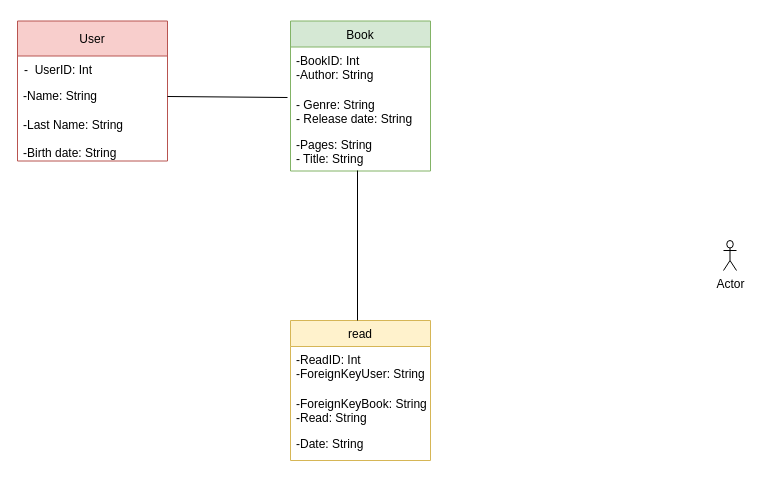
Earlier version of the draw.io diagram Basic1(1).drawio (Wima92/CF-DD-Day01-Max-Alex-Darko). Source tidied: cells renumbered, new cells numbered last; positions are measured from the earlier drawing's top-left corner, leaving out a move shared by most shapes. Both pictures are drawn from the tidied source at 100%, with x=0, y=0 at pixel (17, 20).
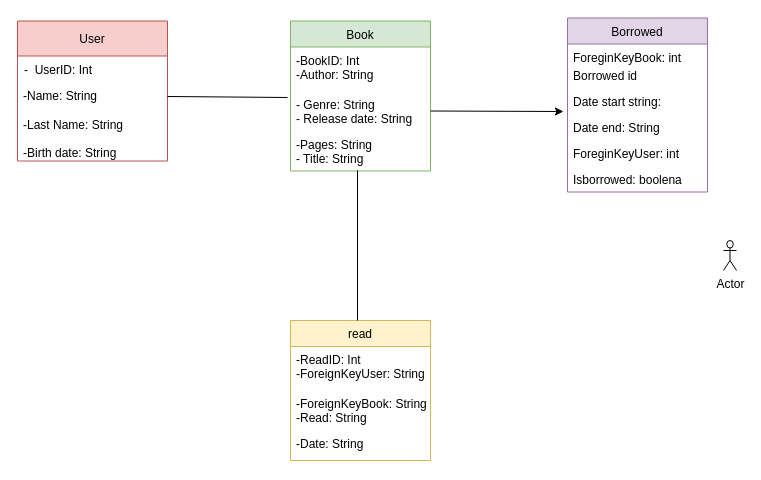
Above is the later version.

Unchanged cells that the change refers to:
```xml
<mxCell id="9" value="- Genre: String&#10;- Release date: String&#10;" style="text;strokeColor=none;fillColor=none;align=left;verticalAlign=top;spacingLeft=4;spacingRight=4;overflow=hidden;points=[[0,0.5],[1,0.5]];portConstraint=eastwest;" parent="7" vertex="1">
  <mxGeometry y="70" width="140" height="40" as="geometry" />
</mxCell>
```

The edit, as a diff of the source:
```diff
@@
+    <mxCell id="17" value="Borrowed" style="swimlane;fontStyle=0;horizontal=1;startSize=26;fillColor=#e1d5e7;strokeColor=#9673a6;" parent="1" vertex="1">
+      <mxGeometry x="550" y="-2.5" width="140" height="174" as="geometry" />
+    </mxCell>
+    <mxCell id="18" value="ForeginKeyBook: int&#10;" style="text;strokeColor=none;fillColor=none;align=left;verticalAlign=top;spacingLeft=4;spacingRight=4;overflow=hidden;" parent="17" vertex="1">
+      <mxGeometry y="26" width="140" height="18" as="geometry" />
+    </mxCell>
+    <mxCell id="19" value="Borrowed id&#10;" style="text;strokeColor=none;fillColor=none;align=left;verticalAlign=top;spacingLeft=4;spacingRight=4;overflow=hidden;" parent="17" vertex="1">
+      <mxGeometry y="44" width="140" height="26" as="geometry" />
+    </mxCell>
+    <mxCell id="20" value="Date start string:&#10;" style="text;strokeColor=none;fillColor=none;align=left;verticalAlign=top;spacingLeft=4;spacingRight=4;overflow=hidden;" parent="17" vertex="1">
+      <mxGeometry y="70" width="140" height="26" as="geometry" />
+    </mxCell>
+    <mxCell id="21" value="Date end: String" style="text;strokeColor=none;fillColor=none;align=left;verticalAlign=top;spacingLeft=4;spacingRight=4;overflow=hidden;points=[[0,0.5],[1,0.5]];portConstraint=eastwest;" parent="17" vertex="1">
+      <mxGeometry y="96" width="140" height="26" as="geometry" />
+    </mxCell>
+    <mxCell id="22" value="ForeginKeyUser: int&#10;" style="text;strokeColor=none;fillColor=none;align=left;verticalAlign=top;spacingLeft=4;spacingRight=4;overflow=hidden;" parent="17" vertex="1">
+      <mxGeometry y="122" width="140" height="26" as="geometry" />
+    </mxCell>
+    <mxCell id="23" value="Isborrowed: boolena" style="text;strokeColor=none;fillColor=none;align=left;verticalAlign=top;spacingLeft=4;spacingRight=4;overflow=hidden;" parent="17" vertex="1">
+      <mxGeometry y="148" width="140" height="26" as="geometry" />
+    </mxCell>
+    <mxCell id="24" style="edgeStyle=elbowEdgeStyle;rounded=0;jettySize=auto;elbow=vertical;html=1;exitX=1;exitY=0.5;exitDx=0;exitDy=0;entryX=-0.029;entryY=-0.058;entryDx=0;entryDy=0;entryPerimeter=0;" parent="1" edge="1" source="9" target="21">
+      <mxGeometry relative="1" as="geometry" />
+    </mxCell>
```
